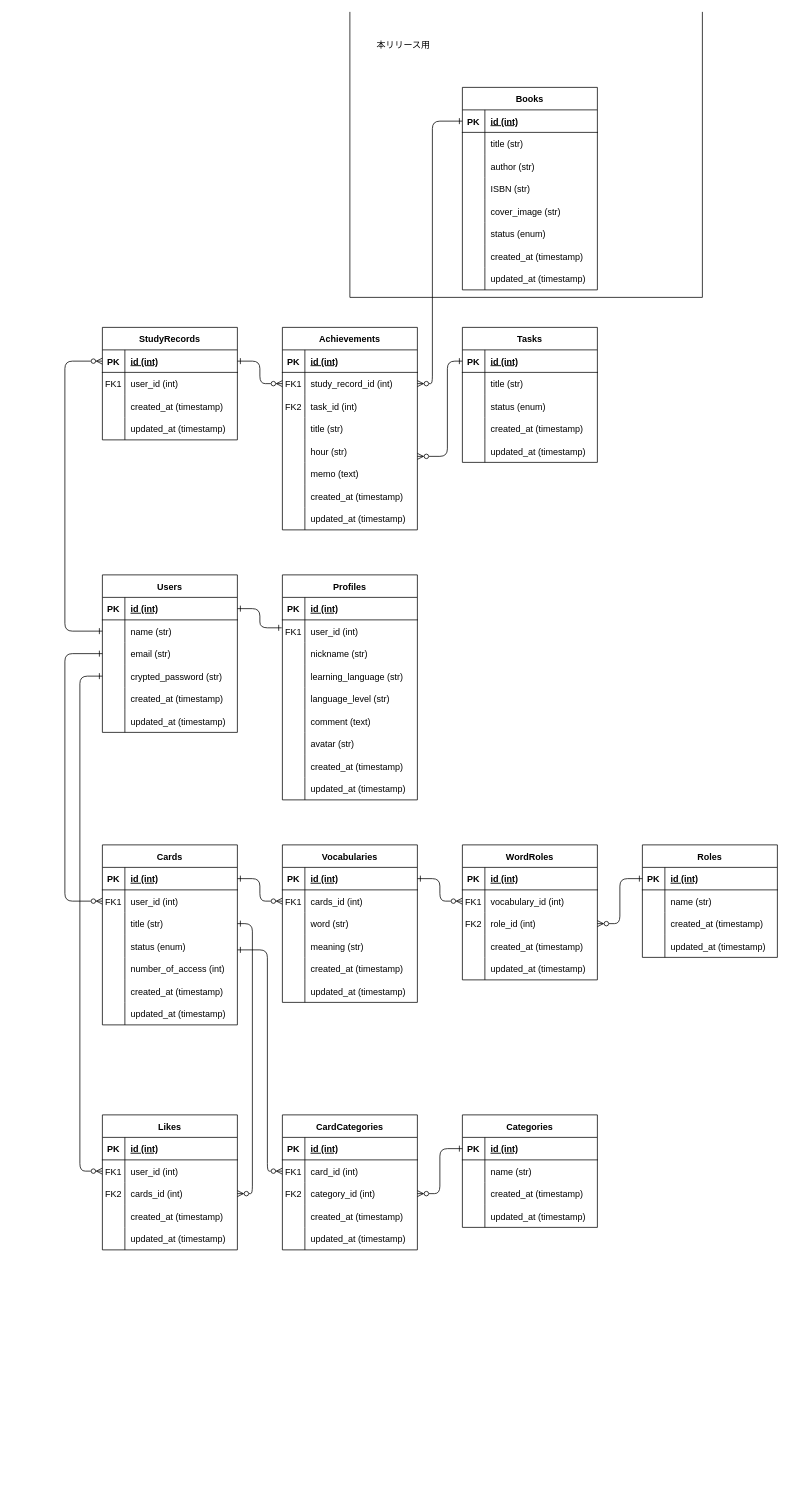
Before: table.drawio in TaikiSakai/linGuardia, a draw.io diagram. Source tidied: cells renumbered, new cells numbered last; positions are measured from the earlier drawing's top-left corner, leaving out a move shared by most shapes. Both pictures are drawn from the tidied source at 75%, with x=0, y=0 at pixel (64, 12).
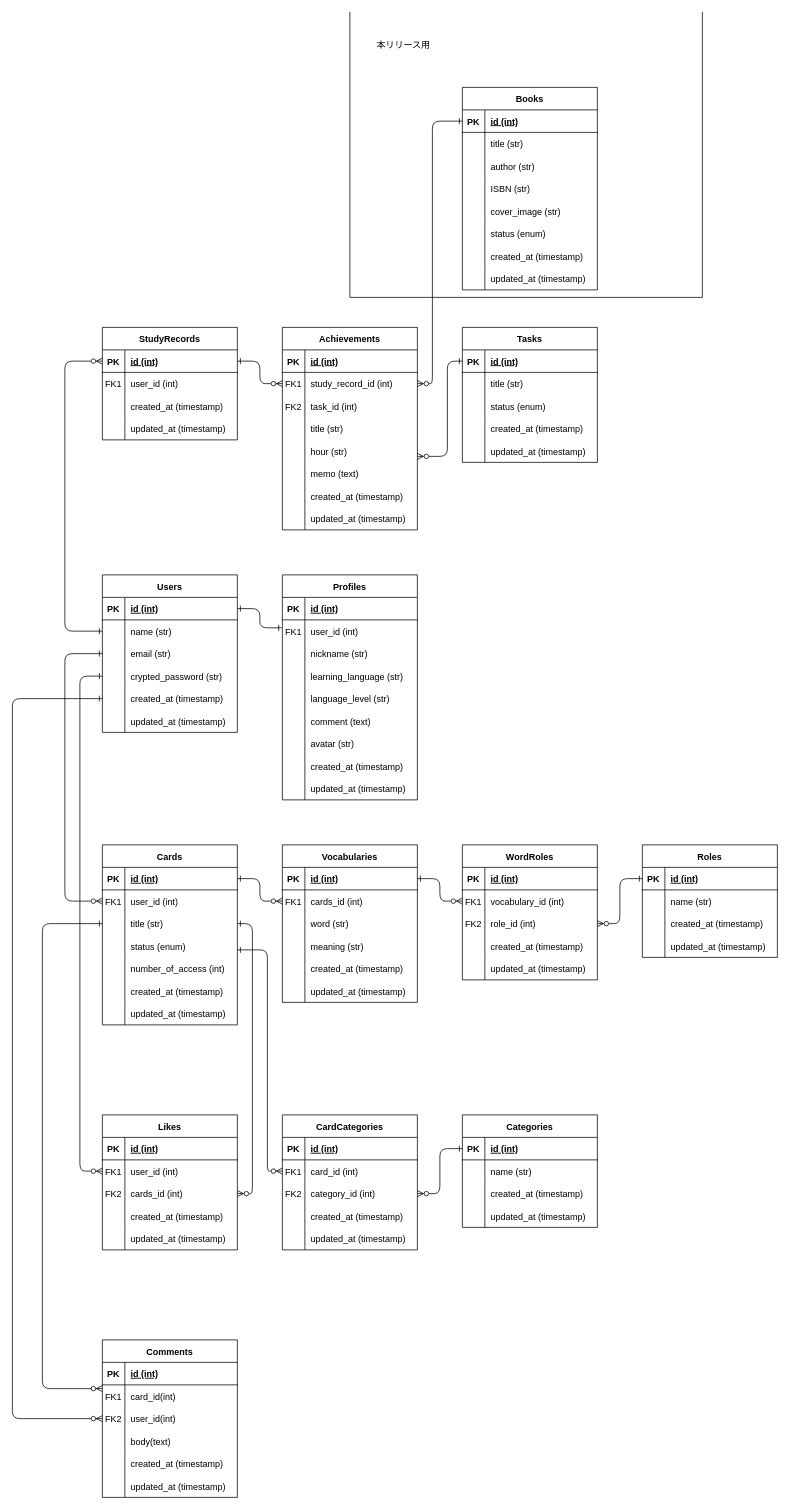
The same page after the edit.

Commit message:
add: コメントテーブルを追加

Unchanged cells that the change refers to:
```xml
<mxCell id="16" style="shape=tableRow;horizontal=0;startSize=0;swimlaneHead=0;swimlaneBody=0;fillColor=none;points=[[0,0.5],[1,0.5]];portConstraint=eastwest;top=0;left=0;right=0;bottom=0;" parent="3" vertex="1">
  <mxGeometry y="150" width="180" height="30" as="geometry" />
</mxCell>
<mxCell id="57" style="shape=tableRow;horizontal=0;startSize=0;swimlaneHead=0;swimlaneBody=0;fillColor=none;points=[[0,0.5],[1,0.5]];portConstraint=eastwest;top=0;left=0;right=0;bottom=0;" parent="50" vertex="1">
  <mxGeometry y="90" width="180" height="30" as="geometry" />
</mxCell>
```

Diff of the diagram source:
```diff
@@
+    <mxCell id="259" value="Comments" style="shape=table;startSize=30;childLayout=tableLayout;rowLines=0;fontStyle=1;align=center;" parent="1" vertex="1">
+      <mxGeometry x="50" y="1770" width="180" height="210" as="geometry" />
+    </mxCell>
+    <mxCell id="260" style="shape=tableRow;horizontal=0;startSize=0;swimlaneHead=0;swimlaneBody=0;fillColor=none;top=0;left=0;right=0;bottom=1;" parent="259" vertex="1">
+      <mxGeometry y="30" width="180" height="30" as="geometry" />
+    </mxCell>
+    <mxCell id="261" value="PK" style="shape=partialRectangle;fillColor=none;top=0;left=0;bottom=0;right=0;fontStyle=1;overflow=hidden;" parent="260" vertex="1">
+      <mxGeometry width="30" height="30" as="geometry" />
+    </mxCell>
+    <mxCell id="262" value="id (int)" style="shape=partialRectangle;fillColor=none;top=0;left=0;bottom=0;right=0;align=left;spacingLeft=6;fontStyle=5;overflow=hidden;" parent="260" vertex="1">
+      <mxGeometry x="30" width="150" height="30" as="geometry" />
+    </mxCell>
+    <mxCell id="263" style="shape=tableRow;horizontal=0;startSize=0;swimlaneHead=0;swimlaneBody=0;fillColor=none;top=0;left=0;right=0;bottom=0;" parent="259" vertex="1">
+      <mxGeometry y="60" width="180" height="30" as="geometry" />
+    </mxCell>
+    <mxCell id="264" value="FK1" style="shape=partialRectangle;fillColor=none;top=0;left=0;bottom=0;right=0;overflow=hidden;" parent="263" vertex="1">
+      <mxGeometry width="30" height="30" as="geometry" />
+    </mxCell>
+    <mxCell id="265" value="card_id(int)" style="shape=partialRectangle;fillColor=none;top=0;left=0;bottom=0;right=0;align=left;spacingLeft=6;overflow=hidden;" parent="263" vertex="1">
+      <mxGeometry x="30" width="150" height="30" as="geometry" />
+    </mxCell>
+    <mxCell id="266" style="shape=tableRow;horizontal=0;startSize=0;swimlaneHead=0;swimlaneBody=0;fillColor=none;points=[[0,0.5],[1,0.5]];portConstraint=eastwest;top=0;left=0;right=0;bottom=0;" parent="259" vertex="1">
+      <mxGeometry y="90" width="180" height="30" as="geometry" />
+    </mxCell>
+    <mxCell id="267" value="FK2" style="shape=partialRectangle;fillColor=none;top=0;left=0;bottom=0;right=0;overflow=hidden;" parent="266" vertex="1">
+      <mxGeometry width="30" height="30" as="geometry" />
+    </mxCell>
+    <mxCell id="268" value="user_id(int)" style="shape=partialRectangle;fillColor=none;top=0;left=0;bottom=0;right=0;align=left;spacingLeft=6;overflow=hidden;" parent="266" vertex="1">
+      <mxGeometry x="30" width="150" height="30" as="geometry" />
+    </mxCell>
+    <mxCell id="269" style="shape=tableRow;horizontal=0;startSize=0;swimlaneHead=0;swimlaneBody=0;fillColor=none;top=0;left=0;right=0;bottom=0;" parent="259" vertex="1">
+      <mxGeometry y="120" width="180" height="30" as="geometry" />
+    </mxCell>
+    <mxCell id="270" style="shape=partialRectangle;fillColor=none;top=0;left=0;bottom=0;right=0;overflow=hidden;" parent="269" vertex="1">
+      <mxGeometry width="30" height="30" as="geometry" />
+    </mxCell>
+    <mxCell id="271" value="body(text)" style="shape=partialRectangle;fillColor=none;top=0;left=0;bottom=0;right=0;align=left;spacingLeft=6;overflow=hidden;" parent="269" vertex="1">
+      <mxGeometry x="30" width="150" height="30" as="geometry" />
+    </mxCell>
+    <mxCell id="272" style="shape=tableRow;horizontal=0;startSize=0;swimlaneHead=0;swimlaneBody=0;fillColor=none;top=0;left=0;right=0;bottom=0;" parent="259" vertex="1">
+      <mxGeometry y="150" width="180" height="30" as="geometry" />
+    </mxCell>
+    <mxCell id="273" style="shape=partialRectangle;fillColor=none;top=0;left=0;bottom=0;right=0;overflow=hidden;" parent="272" vertex="1">
+      <mxGeometry width="30" height="30" as="geometry" />
+    </mxCell>
+    <mxCell id="274" value="created_at (timestamp)" style="shape=partialRectangle;fillColor=none;top=0;left=0;bottom=0;right=0;align=left;spacingLeft=6;overflow=hidden;" parent="272" vertex="1">
+      <mxGeometry x="30" width="150" height="30" as="geometry" />
+    </mxCell>
+    <mxCell id="275" style="shape=tableRow;horizontal=0;startSize=0;swimlaneHead=0;swimlaneBody=0;fillColor=none;top=0;left=0;right=0;bottom=0;" parent="259" vertex="1">
+      <mxGeometry y="180" width="180" height="30" as="geometry" />
+    </mxCell>
+    <mxCell id="276" style="shape=partialRectangle;fillColor=none;top=0;left=0;bottom=0;right=0;overflow=hidden;" parent="275" vertex="1">
+      <mxGeometry width="30" height="30" as="geometry" />
+    </mxCell>
+    <mxCell id="277" value="updated_at (timestamp)" style="shape=partialRectangle;fillColor=none;top=0;left=0;bottom=0;right=0;align=left;spacingLeft=6;overflow=hidden;" parent="275" vertex="1">
+      <mxGeometry x="30" width="150" height="30" as="geometry" />
+    </mxCell>
+    <mxCell id="278" style="edgeStyle=elbowEdgeStyle;fontSize=12;html=1;endArrow=ERzeroToMany;endFill=1;exitX=0;exitY=0.5;exitDx=0;exitDy=0;startArrow=ERone;startFill=0;" parent="1" edge="1" source="57">
+      <mxGeometry relative="1" as="geometry">
+        <mxPoint x="50" y="1835" as="targetPoint" />
+        <Array as="points">
+          <mxPoint x="-30" y="1520" />
+        </Array>
+      </mxGeometry>
+    </mxCell>
+    <mxCell id="279" style="edgeStyle=elbowEdgeStyle;fontSize=12;html=1;endArrow=ERzeroToMany;endFill=1;startArrow=ERone;startFill=0;entryX=0;entryY=0.5;entryDx=0;entryDy=0;exitX=0;exitY=0.5;exitDx=0;exitDy=0;" parent="1" edge="1" source="16" target="266">
+      <mxGeometry relative="1" as="geometry">
+        <Array as="points">
+          <mxPoint x="-70" y="1400" />
+        </Array>
+      </mxGeometry>
+    </mxCell>
```
